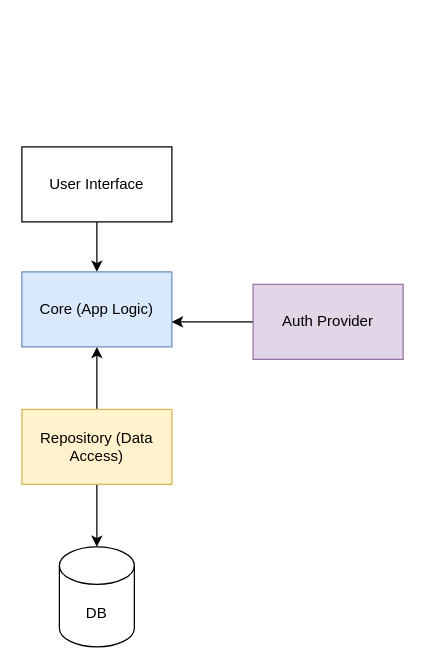
fleshbound/petowo keeps this draw.io diagram as page "high level components" (1 of 5) of img/00-uml.drawio. Above is the earlier version. Source tidied: cells renumbered, new cells numbered last; positions are measured from the earlier drawing's top-left corner, leaving out a move shared by most shapes. Both pictures are drawn from the tidied source at 125%, with x=0, y=0 at pixel (21, 146).
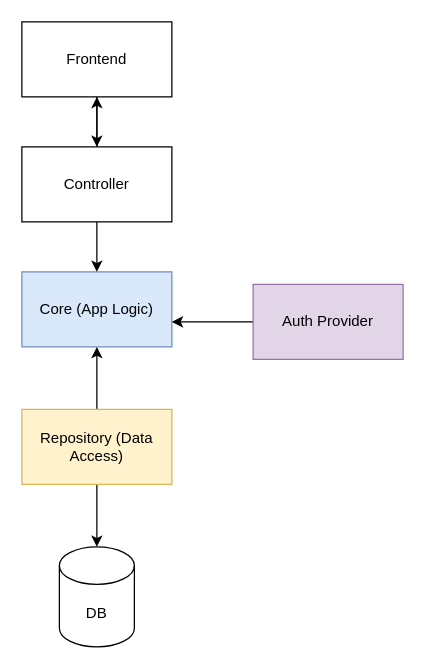
After the change.

What changed in the source:
```diff
@@
 <mxGraphModel>
   <root>
     <mxCell id="0" />
     <mxCell id="1" parent="0" />
     <mxCell id="2" value="Core (App Logic)" style="rounded=0;whiteSpace=wrap;html=1;fillColor=#dae8fc;strokeColor=#6c8ebf;" parent="1" vertex="1">
       <mxGeometry y="100" width="120" height="60" as="geometry" />
     </mxCell>
     <mxCell id="3" style="edgeStyle=orthogonalEdgeStyle;rounded=0;jettySize=auto;html=1;" parent="1" edge="1" source="5" target="6">
       <mxGeometry relative="1" as="geometry" />
     </mxCell>
     <mxCell id="4" style="edgeStyle=orthogonalEdgeStyle;rounded=0;jettySize=auto;html=1;" parent="1" edge="1" source="5" target="2">
       <mxGeometry relative="1" as="geometry" />
     </mxCell>
     <mxCell id="5" value="Repository (Data Access)" style="rounded=0;whiteSpace=wrap;html=1;fillColor=#fff2cc;strokeColor=#d6b656;" parent="1" vertex="1">
       <mxGeometry y="210" width="120" height="60" as="geometry" />
     </mxCell>
     <mxCell id="6" value="DB" style="shape=cylinder3;whiteSpace=wrap;html=1;boundedLbl=1;backgroundOutline=1;size=15;" parent="1" vertex="1">
       <mxGeometry x="30" y="320" width="60" height="80" as="geometry" />
     </mxCell>
     <mxCell id="7" style="edgeStyle=orthogonalEdgeStyle;rounded=0;jettySize=auto;html=1;" parent="1" edge="1" source="8" target="2">
       <mxGeometry relative="1" as="geometry" />
     </mxCell>
+    <mxCell id="12" style="edgeStyle=orthogonalEdgeStyle;rounded=0;jettySize=auto;html=1;" parent="1" edge="1" source="8" target="14">
+      <mxGeometry relative="1" as="geometry" />
+    </mxCell>
-    <mxCell id="8" value="User Interface" style="rounded=0;whiteSpace=wrap;html=1;" parent="1" vertex="1">
+    <mxCell id="8" value="Controller" style="rounded=0;whiteSpace=wrap;html=1;" parent="1" vertex="1">
       <mxGeometry width="120" height="60" as="geometry" />
     </mxCell>
     <mxCell id="9" style="edgeStyle=orthogonalEdgeStyle;rounded=0;jettySize=auto;html=1;" parent="1" edge="1" source="10" target="2">
       <mxGeometry relative="1" as="geometry">
         <Array as="points">
           <mxPoint x="200" y="130" />
         </Array>
       </mxGeometry>
     </mxCell>
     <mxCell id="10" value="Auth Provider" style="rounded=0;whiteSpace=wrap;html=1;fillColor=#e1d5e7;strokeColor=#9673a6;" parent="1" vertex="1">
       <mxGeometry x="185" y="110" width="120" height="60" as="geometry" />
     </mxCell>
     <mxCell id="11" style="edgeStyle=orthogonalEdgeStyle;rounded=0;orthogonalLoop=1;jettySize=auto;html=1;fillColor=#f5f5f5;strokeColor=#666666;" parent="1" edge="1">
       <mxGeometry relative="1" as="geometry">
         <mxPoint x="245" y="270" as="sourcePoint" />
       </mxGeometry>
     </mxCell>
+    <mxCell id="13" style="edgeStyle=orthogonalEdgeStyle;rounded=0;jettySize=auto;html=1;" parent="1" edge="1" source="14" target="8">
+      <mxGeometry relative="1" as="geometry" />
+    </mxCell>
+    <mxCell id="14" value="Frontend" style="rounded=0;whiteSpace=wrap;html=1;" parent="1" vertex="1">
+      <mxGeometry y="-100" width="120" height="60" as="geometry" />
+    </mxCell>
   </root>
 </mxGraphModel>
```
